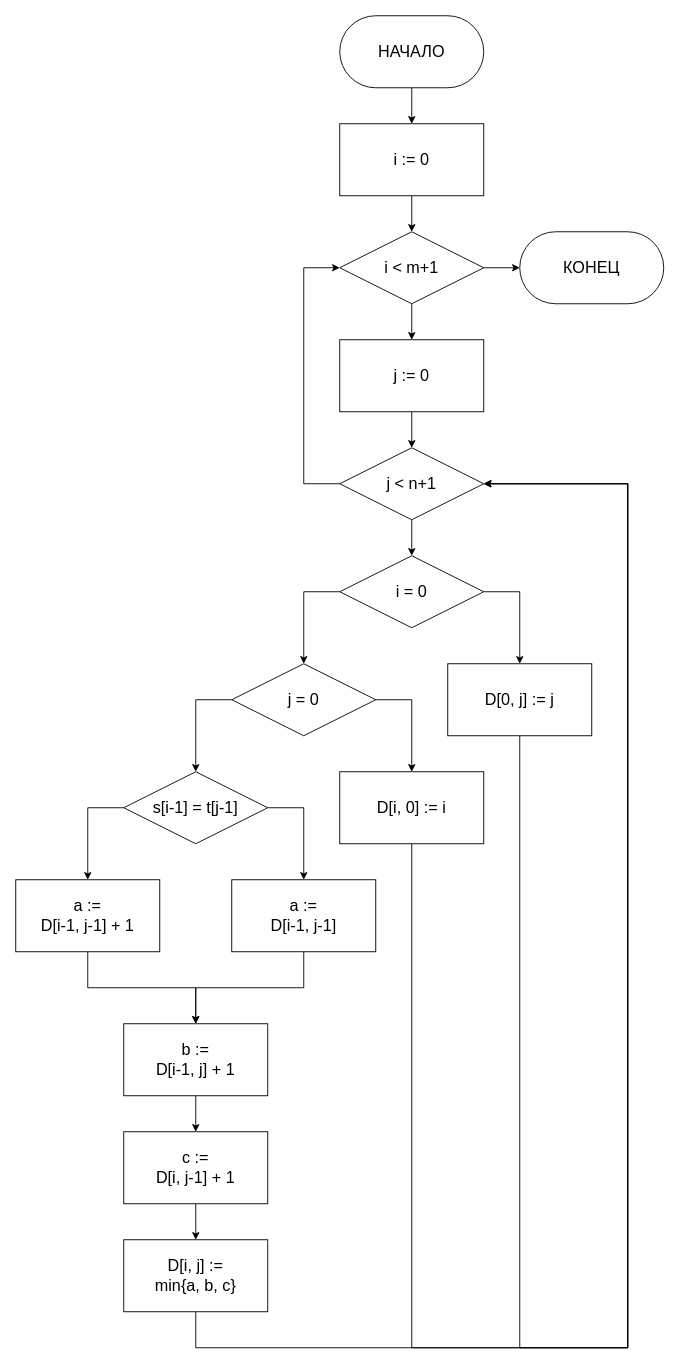
spkirich/bmstu-aa keeps this draw.io diagram as lab-01/report/alg-vl-iterative.drawio. Above is the earlier version. Source tidied: cells renumbered, new cells numbered last; positions are measured from the earlier drawing's top-left corner, leaving out a move shared by most shapes. Both pictures are drawn from the tidied source at 90%, with x=0, y=0 at pixel (15, 15).
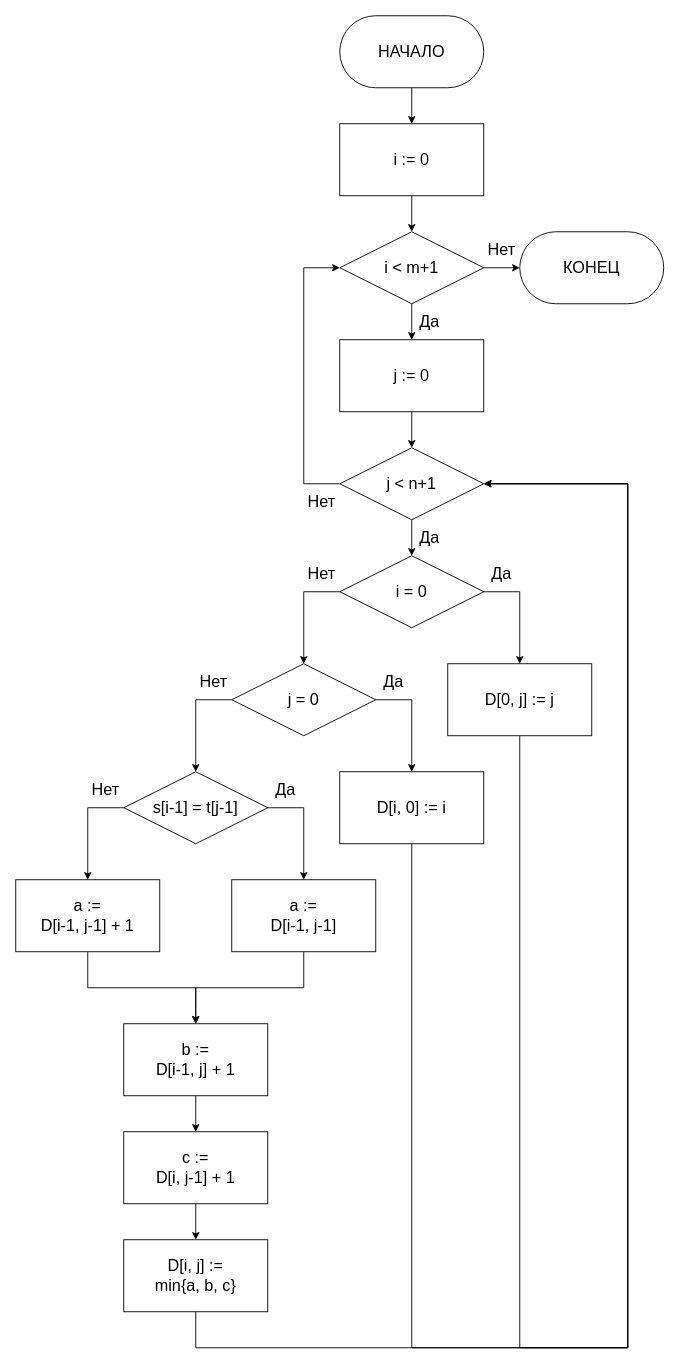
The same page after the edit.

Change to the diagram source:
```diff
@@
+    <mxCell id="38" value="Нет" style="text;html=1;strokeColor=none;fillColor=none;align=center;verticalAlign=middle;whiteSpace=wrap;rounded=0;fontSize=18;" parent="1" vertex="1">
+      <mxGeometry x="520" y="240" width="40" height="40" as="geometry" />
+    </mxCell>
+    <mxCell id="39" value="Да" style="text;html=1;strokeColor=none;fillColor=none;align=center;verticalAlign=middle;whiteSpace=wrap;rounded=0;fontSize=18;" parent="1" vertex="1">
+      <mxGeometry x="440" y="320" width="40" height="40" as="geometry" />
+    </mxCell>
+    <mxCell id="40" value="Нет" style="text;html=1;strokeColor=none;fillColor=none;align=center;verticalAlign=middle;whiteSpace=wrap;rounded=0;fontSize=18;" parent="1" vertex="1">
+      <mxGeometry x="320" y="520" width="40" height="40" as="geometry" />
+    </mxCell>
+    <mxCell id="41" value="Да" style="text;html=1;strokeColor=none;fillColor=none;align=center;verticalAlign=middle;whiteSpace=wrap;rounded=0;fontSize=18;" parent="1" vertex="1">
+      <mxGeometry x="440" y="560" width="40" height="40" as="geometry" />
+    </mxCell>
+    <mxCell id="42" value="Да" style="text;html=1;strokeColor=none;fillColor=none;align=center;verticalAlign=middle;whiteSpace=wrap;rounded=0;fontSize=18;" parent="1" vertex="1">
+      <mxGeometry x="520" y="600" width="40" height="40" as="geometry" />
+    </mxCell>
+    <mxCell id="43" value="Нет" style="text;html=1;strokeColor=none;fillColor=none;align=center;verticalAlign=middle;whiteSpace=wrap;rounded=0;fontSize=18;" parent="1" vertex="1">
+      <mxGeometry x="320" y="600" width="40" height="40" as="geometry" />
+    </mxCell>
+    <mxCell id="44" value="Нет" style="text;html=1;strokeColor=none;fillColor=none;align=center;verticalAlign=middle;whiteSpace=wrap;rounded=0;fontSize=18;" parent="1" vertex="1">
+      <mxGeometry x="200" y="720" width="40" height="40" as="geometry" />
+    </mxCell>
+    <mxCell id="45" value="Нет" style="text;html=1;strokeColor=none;fillColor=none;align=center;verticalAlign=middle;whiteSpace=wrap;rounded=0;fontSize=18;" parent="1" vertex="1">
+      <mxGeometry x="80" y="840" width="40" height="40" as="geometry" />
+    </mxCell>
+    <mxCell id="46" value="Да" style="text;html=1;strokeColor=none;fillColor=none;align=center;verticalAlign=middle;whiteSpace=wrap;rounded=0;fontSize=18;" parent="1" vertex="1">
+      <mxGeometry x="400" y="720" width="40" height="40" as="geometry" />
+    </mxCell>
+    <mxCell id="47" value="Да" style="text;html=1;strokeColor=none;fillColor=none;align=center;verticalAlign=middle;whiteSpace=wrap;rounded=0;fontSize=18;" parent="1" vertex="1">
+      <mxGeometry x="280" y="840" width="40" height="40" as="geometry" />
+    </mxCell>
```
